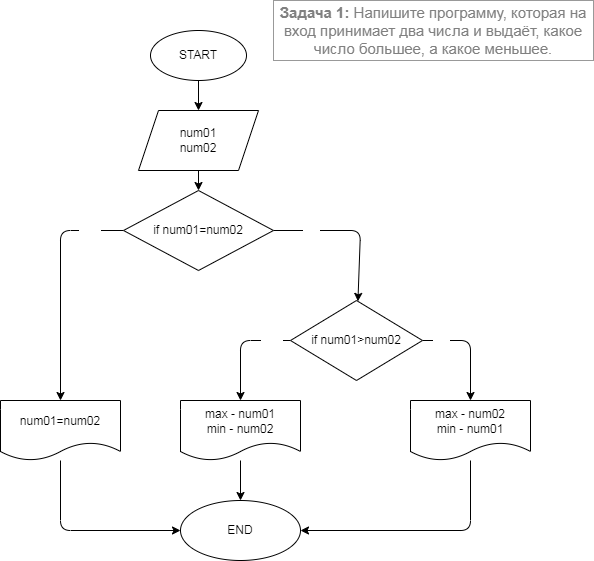
Before: sem01/HW_11/hw01.drawio.png, a diagram exported from draw.io (NikolayBar/GB_C-_course). Source tidied: cells renumbered, new cells last; positions are measured from the earlier drawing's top-left corner, leaving out a move shared by most shapes.
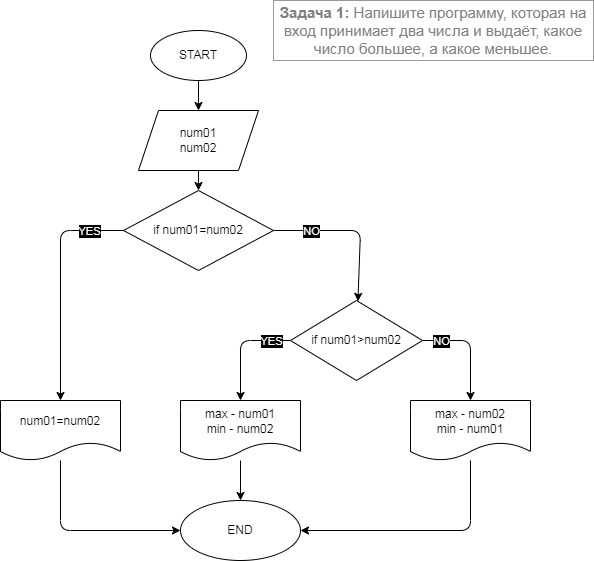
The same file after the commit.

Commit message:
исправлены цвета в схеме

Diff of the diagram source:
```diff
@@ -24,7 +24,7 @@
         </Array>
       </mxGeometry>
     </mxCell>
-    <mxCell id="8" value="YES" style="edgeLabel;html=1;align=center;verticalAlign=middle;fontColor=#FFFFFF;" parent="7" vertex="1">
+    <mxCell id="8" value="YES" style="edgeLabel;html=1;align=center;verticalAlign=middle;fontColor=#FFFFFF;labelBackgroundColor=#000000;" parent="7" vertex="1">
       <mxGeometry x="-0.42" y="1" relative="1" as="geometry">
         <mxPoint x="12" y="-1" as="offset" />
       </mxGeometry>
@@ -36,7 +36,7 @@
         </Array>
       </mxGeometry>
     </mxCell>
-    <mxCell id="10" value="NO" style="edgeLabel;html=1;align=center;verticalAlign=middle;fontColor=#FFFFFF;" parent="9" vertex="1">
+    <mxCell id="10" value="NO" style="edgeLabel;html=1;align=center;verticalAlign=middle;fontColor=#FFFFFF;labelBackgroundColor=#000000;" parent="9" vertex="1">
       <mxGeometry x="-0.4" relative="1" as="geometry">
         <mxPoint x="-15" as="offset" />
       </mxGeometry>
@@ -67,7 +67,7 @@
         </Array>
       </mxGeometry>
     </mxCell>
-    <mxCell id="17" value="NO" style="edgeLabel;html=1;align=center;verticalAlign=middle;fontColor=#FFFFFF;" parent="16" vertex="1">
+    <mxCell id="17" value="NO" style="edgeLabel;html=1;align=center;verticalAlign=middle;fontColor=#FFFFFF;labelBackgroundColor=#000000;" parent="16" vertex="1">
       <mxGeometry x="-0.72" y="-1" relative="1" as="geometry">
         <mxPoint x="15" y="-1" as="offset" />
       </mxGeometry>
@@ -79,7 +79,7 @@
         </Array>
       </mxGeometry>
     </mxCell>
-    <mxCell id="19" value="YES" style="edgeLabel;html=1;align=center;verticalAlign=middle;fontColor=#FFFFFF;" parent="18" vertex="1">
+    <mxCell id="19" value="YES" style="edgeLabel;html=1;align=center;verticalAlign=middle;fontColor=#FFFFFF;labelBackgroundColor=#000000;" parent="18" vertex="1">
       <mxGeometry x="-0.7" relative="1" as="geometry" />
     </mxCell>
     <mxCell id="20" value="if num01=num02" style="rhombus;whiteSpace=wrap;html=1;labelBackgroundColor=default;" parent="1" vertex="1">
```
